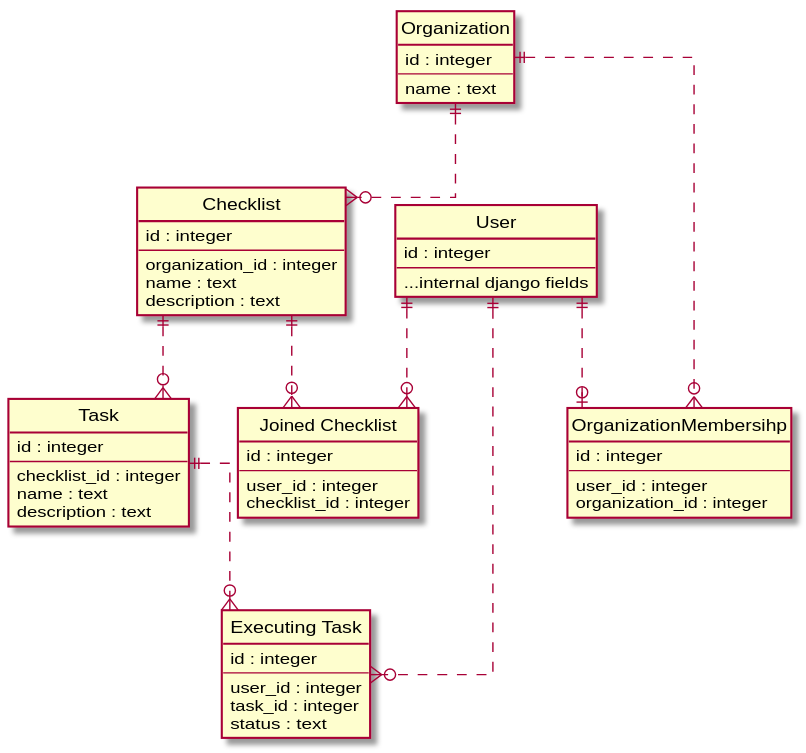
IU-F20-MAD-Group3/onboarding-backend keeps this PlantUML diagram as images/schema.svg. Above is the earlier version.
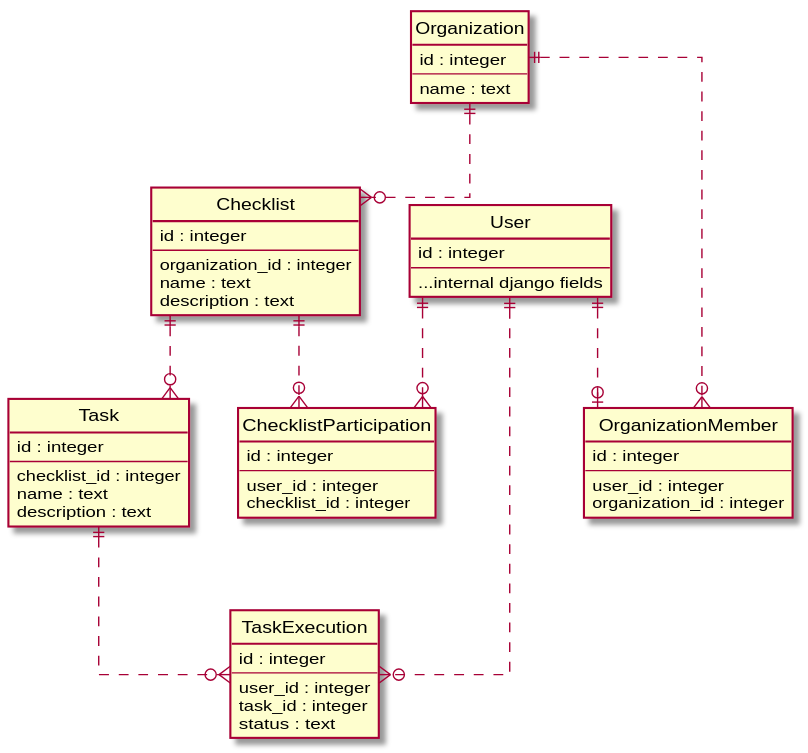
Above is the later version.

Diff of the diagram source:
```diff
@@ -32,21 +32,21 @@
   ...internal django fields
 }
 
-entity "OrganizationMembersihp" as mem {
+entity "OrganizationMember" as mem {
   id : integer
   --
   user_id : integer
   organization_id : integer
 }
 
-entity "Joined Checklist" as e_c {
+entity "ChecklistParticipation" as e_c {
   id : integer
   --
   user_id : integer
   checklist_id : integer
 }
 
-entity "Executing Task" as e_t {
+entity "TaskExecution" as e_t {
   id : integer
   --
   user_id : integer
```
